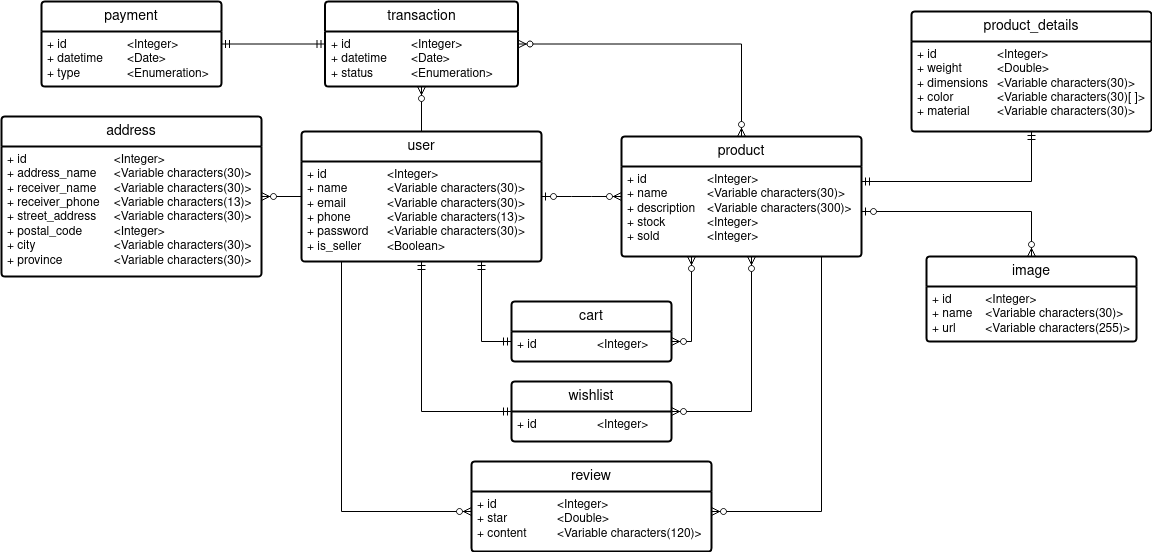
Above: NusantaraStore051_CDM.drawio.png in borednuna/NusantaraStore051_BE (draw.io), before the change. Source tidied: cells renumbered, new cells last; positions are measured from the earlier drawing's top-left corner, leaving out a move shared by most shapes.
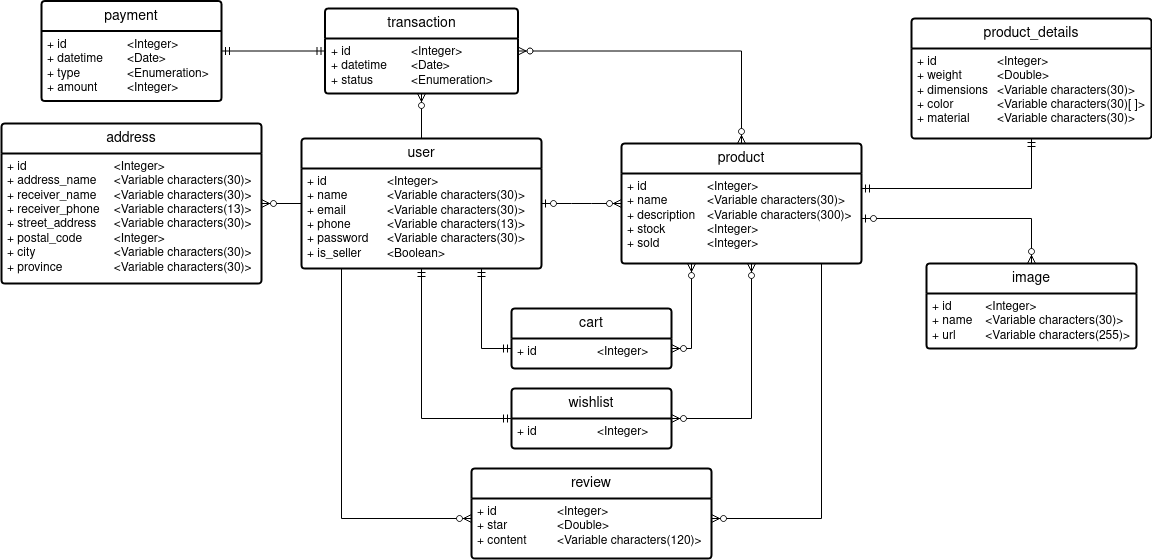
The same file after the commit.

Diff of the diagram source:
```diff
@@ -83,10 +83,10 @@
       </mxGeometry>
     </mxCell>
     <mxCell id="22" value="payment" style="swimlane;horizontal=1;startSize=30;rounded=1;fontSize=14;fontStyle=0;strokeWidth=2;shadow=0;dashed=0;align=center;arcSize=4;whiteSpace=wrap;html=1;" parent="1" vertex="1">
-      <mxGeometry x="40" width="180" height="85" as="geometry" />
+      <mxGeometry x="40" y="-7.5" width="180" height="100" as="geometry" />
     </mxCell>
-    <mxCell id="23" value="&lt;div&gt;+ id&lt;span style=&quot;white-space: pre;&quot;&gt;&#9;&lt;/span&gt;&lt;span style=&quot;white-space: pre;&quot;&gt;&#9;&lt;/span&gt;&lt;span style=&quot;white-space: pre;&quot;&gt;&#9;&lt;/span&gt;&amp;lt;Integer&amp;gt;&lt;/div&gt;&lt;div&gt;+ datetime&lt;span style=&quot;white-space: pre;&quot;&gt;&#9;&lt;/span&gt;&amp;lt;Date&amp;gt;&lt;/div&gt;&lt;div&gt;+ type&lt;span style=&quot;white-space: pre;&quot;&gt;&#9;&lt;/span&gt;&lt;span style=&quot;white-space: pre;&quot;&gt;&#9;&lt;/span&gt;&amp;lt;Enumeration&amp;gt;&lt;br&gt;&lt;/div&gt;" style="align=left;strokeColor=none;fillColor=none;spacingLeft=4;fontSize=12;verticalAlign=top;html=1;" parent="22" vertex="1">
-      <mxGeometry y="30" width="180" height="55" as="geometry" />
+    <mxCell id="23" value="&lt;div&gt;+ id&lt;span style=&quot;white-space: pre;&quot;&gt;&#9;&lt;/span&gt;&lt;span style=&quot;white-space: pre;&quot;&gt;&#9;&lt;/span&gt;&lt;span style=&quot;white-space: pre;&quot;&gt;&#9;&lt;/span&gt;&amp;lt;Integer&amp;gt;&lt;/div&gt;&lt;div&gt;+ datetime&lt;span style=&quot;white-space: pre;&quot;&gt;&#9;&lt;/span&gt;&amp;lt;Date&amp;gt;&lt;/div&gt;&lt;div&gt;+ type&lt;span style=&quot;white-space: pre;&quot;&gt;&#9;&lt;/span&gt;&lt;span style=&quot;white-space: pre;&quot;&gt;&#9;&lt;/span&gt;&amp;lt;Enumeration&amp;gt;&lt;/div&gt;&lt;div&gt;+ amount&lt;span style=&quot;white-space: pre;&quot;&gt;&#9;&lt;/span&gt;&amp;lt;Integer&amp;gt;&lt;br&gt;&lt;/div&gt;" style="align=left;strokeColor=none;fillColor=none;spacingLeft=4;fontSize=12;verticalAlign=top;html=1;" parent="22" vertex="1">
+      <mxGeometry y="30" width="180" height="70" as="geometry" />
     </mxCell>
     <mxCell id="24" style="fontSize=12;html=1;endArrow=ERmandOne;startArrow=ERmandOne;rounded=0;" parent="1" edge="1" source="19" target="22">
       <mxGeometry relative="1" as="geometry" />
```
